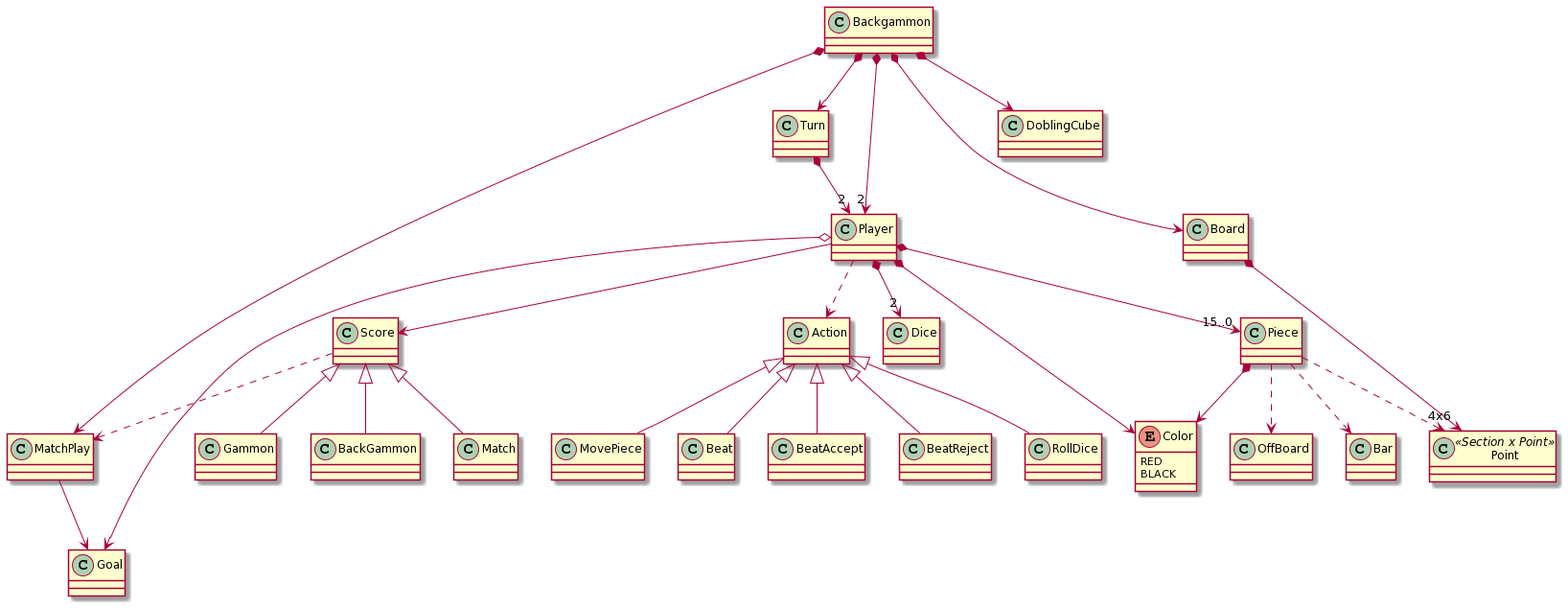
Earlier version of the PlantUML export domain_model/domain_model.png (USantaTecla-game-backgammon/backgammon).
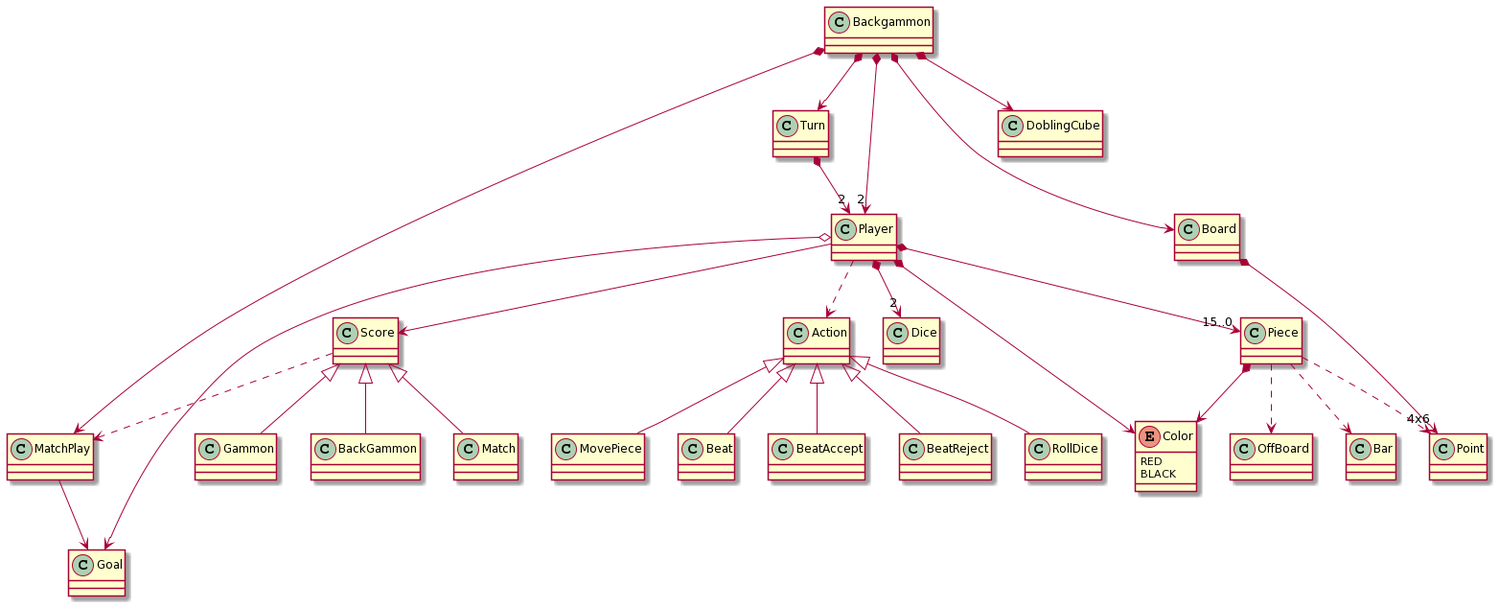
After the commit.

The edit, as a diff of the source:
```diff
@@ -6,7 +6,7 @@
 class OffBoard{}
 
 
-class Point <<Section x Point>> {}
+class Point {}
 
 class Piece{}
 
```
